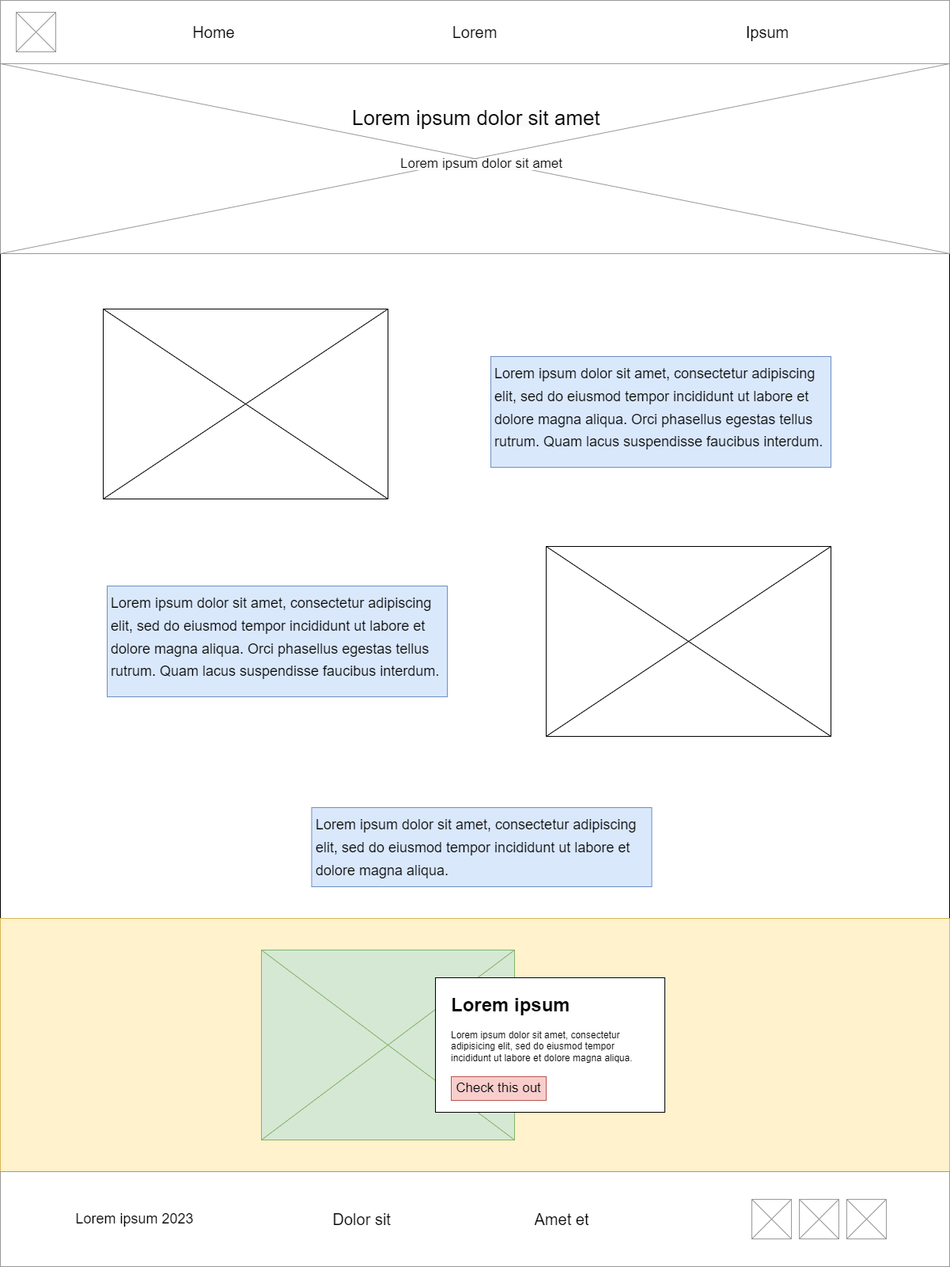
The draw.io diagram design4triumph/images/homepage.png in loureiroluan/wdd130, before a commit. Source tidied: cells renumbered, new cells last; positions are measured from the earlier drawing's top-left corner, leaving out a move shared by most shapes.
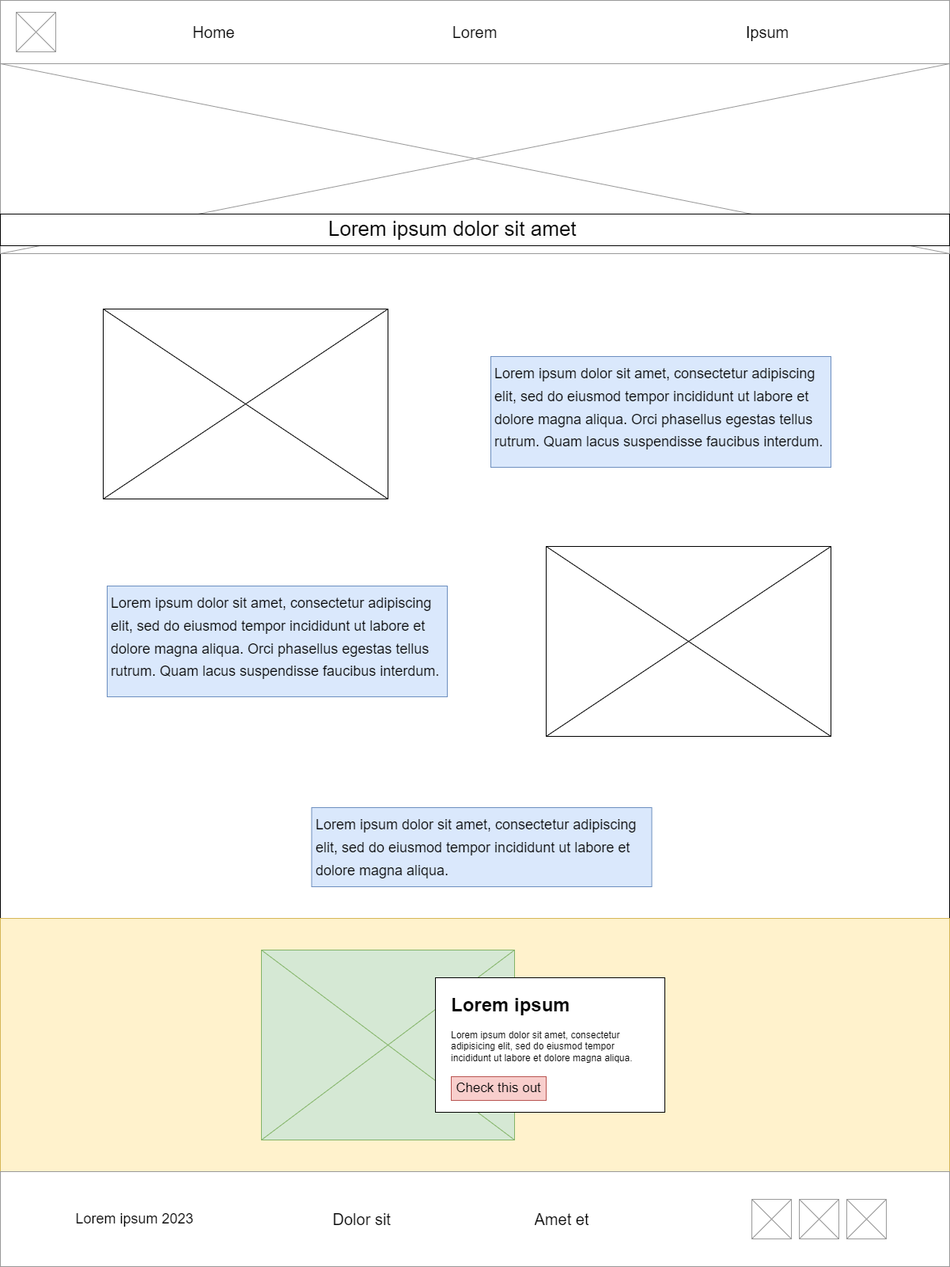
Above is the later version.

The edit, as a diff of the source:
```diff
@@ -71,12 +71,6 @@
         <mxGeometry x="570" y="1360" width="120" height="30" as="geometry" />
       </mxCell>
     </object>
-    <mxCell id="21" value="&lt;br&gt;&lt;font style=&quot;&quot;&gt;&lt;span style=&quot;border-color: var(--border-color); color: rgb(0, 0, 0); font-family: Helvetica; font-style: normal; font-variant-ligatures: normal; font-variant-caps: normal; letter-spacing: normal; orphans: 2; text-indent: 0px; text-transform: none; widows: 2; word-spacing: 0px; -webkit-text-stroke-width: 0px; text-decoration-thickness: initial; text-decoration-style: initial; text-decoration-color: initial; text-align: left; background-color: rgb(251, 251, 251);&quot;&gt;&lt;font style=&quot;font-size: 26px;&quot;&gt;Lorem ipsum dolor sit amet&lt;/font&gt;&lt;/span&gt;&lt;br style=&quot;border-color: var(--border-color); color: rgb(0, 0, 0); font-family: Helvetica; font-style: normal; font-variant-ligatures: normal; font-variant-caps: normal; letter-spacing: normal; orphans: 2; text-align: center; text-indent: 0px; text-transform: none; widows: 2; word-spacing: 0px; -webkit-text-stroke-width: 0px; background-color: rgb(251, 251, 251); text-decoration-thickness: initial; text-decoration-style: initial; text-decoration-color: initial;&quot;&gt;&lt;/font&gt;" style="text;html=1;strokeColor=none;fillColor=none;spacing=5;spacingTop=-20;whiteSpace=wrap;overflow=hidden;rounded=0;" parent="1" vertex="1">
-      <mxGeometry x="440" y="130" width="337" height="40" as="geometry" />
-    </mxCell>
-    <mxCell id="22" value="&lt;span style=&quot;color: rgb(0, 0, 0); font-family: Helvetica; font-style: normal; font-variant-ligatures: normal; font-variant-caps: normal; font-weight: 400; letter-spacing: normal; orphans: 2; text-align: left; text-indent: 0px; text-transform: none; widows: 2; word-spacing: 0px; -webkit-text-stroke-width: 0px; background-color: rgb(251, 251, 251); text-decoration-thickness: initial; text-decoration-style: initial; text-decoration-color: initial; float: none; display: inline !important;&quot;&gt;&lt;font style=&quot;font-size: 17px;&quot;&gt;Lorem ipsum dolor sit amet&lt;/font&gt;&lt;/span&gt;" style="text;whiteSpace=wrap;html=1;" parent="1" vertex="1">
-      <mxGeometry x="503.5" y="190" width="210" height="40" as="geometry" />
-    </mxCell>
     <mxCell id="23" style="verticalLabelPosition=bottom;shadow=0;dashed=0;align=center;html=1;verticalAlign=top;strokeWidth=1;shape=mxgraph.mockup.graphics.simpleIcon;" parent="1" vertex="1">
       <mxGeometry x="130" y="390" width="360" height="240" as="geometry" />
     </mxCell>
@@ -94,5 +88,11 @@
         <mxGeometry x="660" y="1520" width="100" height="40" as="geometry" />
       </mxCell>
     </object>
+    <mxCell id="28" style="rounded=0;whiteSpace=wrap;html=1;" parent="1" vertex="1">
+      <mxGeometry y="270" width="1200" height="40" as="geometry" />
+    </mxCell>
+    <mxCell id="21" value="&lt;br&gt;&lt;font style=&quot;&quot;&gt;&lt;span style=&quot;border-color: var(--border-color); color: rgb(0, 0, 0); font-family: Helvetica; font-style: normal; font-variant-ligatures: normal; font-variant-caps: normal; letter-spacing: normal; orphans: 2; text-indent: 0px; text-transform: none; widows: 2; word-spacing: 0px; -webkit-text-stroke-width: 0px; text-decoration-thickness: initial; text-decoration-style: initial; text-decoration-color: initial; text-align: left; background-color: rgb(251, 251, 251);&quot;&gt;&lt;font style=&quot;font-size: 26px;&quot;&gt;Lorem ipsum dolor sit amet&lt;/font&gt;&lt;/span&gt;&lt;br style=&quot;border-color: var(--border-color); color: rgb(0, 0, 0); font-family: Helvetica; font-style: normal; font-variant-ligatures: normal; font-variant-caps: normal; letter-spacing: normal; orphans: 2; text-align: center; text-indent: 0px; text-transform: none; widows: 2; word-spacing: 0px; -webkit-text-stroke-width: 0px; background-color: rgb(251, 251, 251); text-decoration-thickness: initial; text-decoration-style: initial; text-decoration-color: initial;&quot;&gt;&lt;/font&gt;" style="text;html=1;strokeColor=none;fillColor=none;spacing=5;spacingTop=-20;whiteSpace=wrap;overflow=hidden;rounded=0;" parent="1" vertex="1">
+      <mxGeometry x="410" y="270" width="337" height="40" as="geometry" />
+    </mxCell>
   </root>
 </mxGraphModel>
```
